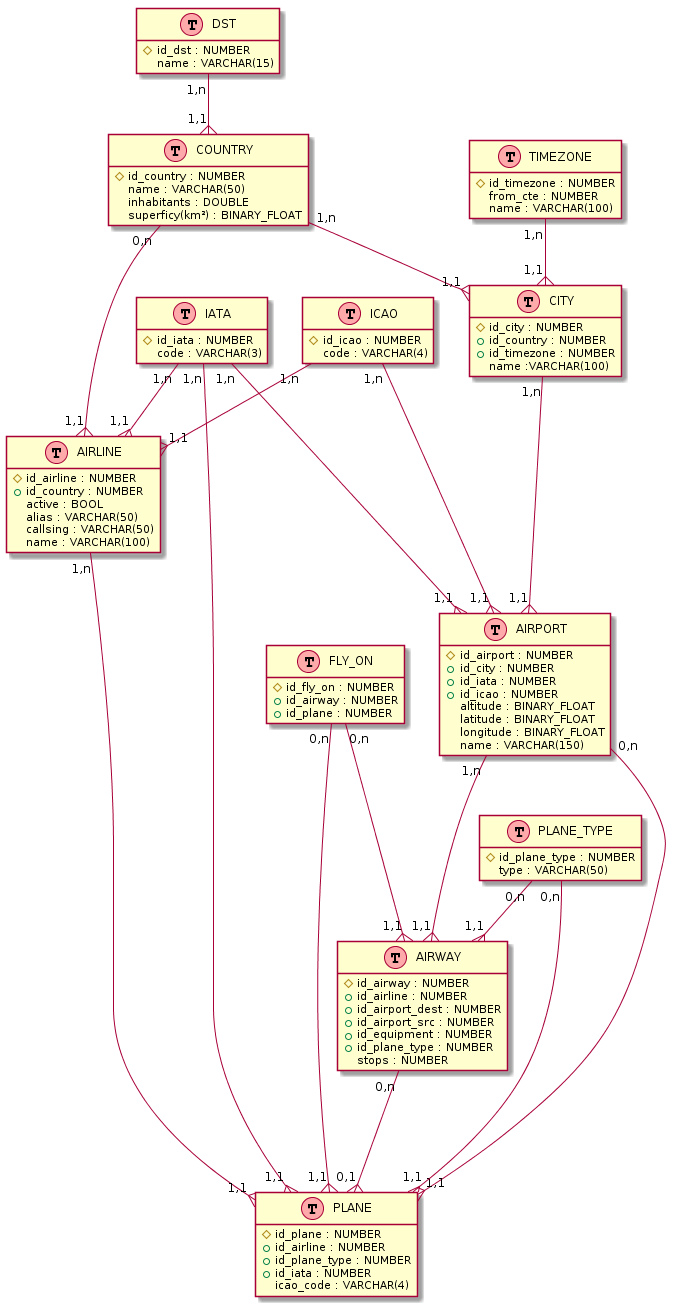
Above: resources/database_modelisation/plantuml.png in pBouillon/OpenFlightStatisticsAggregator (PlantUML), before the change.
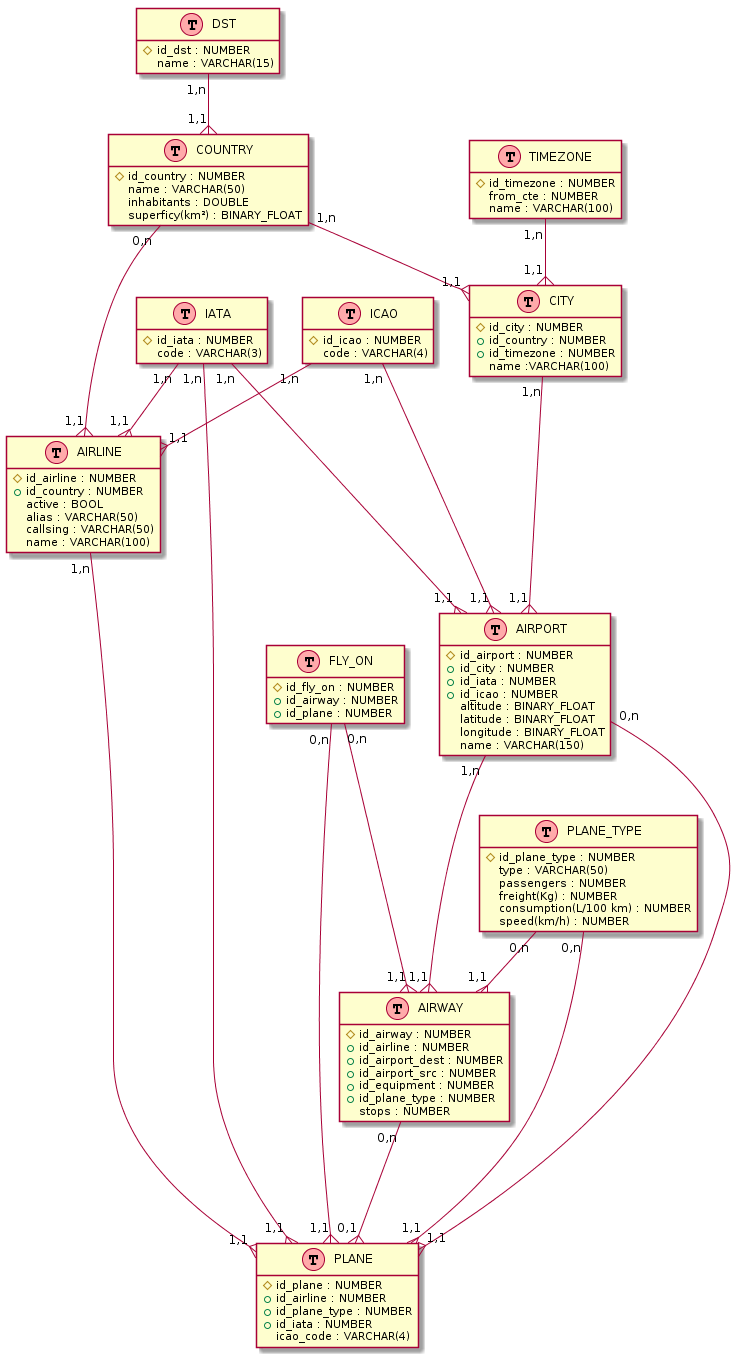
After the commit.

Commit message:
add datas in plane_type

The edit, as a diff of the source:
```diff
@@ -4,87 +4,91 @@
 hide stereotypes
 
 class COUNTRY << (T,#FFAAAA) >> {
-    #id_country : NUMBER
+    {field} #id_country : NUMBER
     {field} name : VARCHAR(50)
-    inhabitants : DOUBLE
+    {field} inhabitants : DOUBLE
     {field} superficy(km²) : BINARY_FLOAT
 }
 
 class DST << (T,#FFAAAA) >> {
-    #id_dst : NUMBER
+    {field} #id_dst : NUMBER
     {field} name : VARCHAR(15)
 }
 
 class IATA << (T,#FFAAAA) >> {
-    #id_iata : NUMBER
+    {field} #id_iata : NUMBER
     {field} code : VARCHAR(3)
 }
 
 class ICAO << (T,#FFAAAA) >> {
-    #id_icao : NUMBER
+    {field} #id_icao : NUMBER
     {field} code : VARCHAR(4)
 }
 
 class PLANE_TYPE << (T,#FFAAAA) >> {
-    #id_plane_type : NUMBER
+    {field} #id_plane_type : NUMBER
     {field} type : VARCHAR(50)
+    {field} passengers : NUMBER
+    {field} freight(Kg) : NUMBER
+    {field} consumption(L/100 km) : NUMBER
+    {field} speed(km/h) : NUMBER
 }
 
 class TIMEZONE << (T,#FFAAAA) >> {
-    #id_timezone : NUMBER
-    from_cte : NUMBER
+    {field} #id_timezone : NUMBER
+    {field} from_cte : NUMBER
     {field} name : VARCHAR(100)
 }
 
 class AIRLINE << (T,#FFAAAA) >> {
-    #id_airline : NUMBER
-    +id_country : NUMBER
-    active : BOOL
+    {field} #id_airline : NUMBER
+    {field} +id_country : NUMBER
+    {field} active : BOOL
     {field} alias : VARCHAR(50)
     {field} callsing : VARCHAR(50)
     {field} name : VARCHAR(100)
 }
 
 class CITY << (T,#FFAAAA) >> {
-    #id_city : NUMBER
-    +id_country : NUMBER
-    +id_timezone : NUMBER
+    {field} #id_city : NUMBER
+    {field} +id_country : NUMBER
+    {field} +id_timezone : NUMBER
     {field} name :VARCHAR(100)
 }
 
 class FLY_ON << (T,#FFAAAA) >> {
-    #id_fly_on : NUMBER
-    +id_airway : NUMBER
-    +id_plane : NUMBER
+    {field} #id_fly_on : NUMBER
+    {field} +id_airway : NUMBER
+    {field} +id_plane : NUMBER
 }
 
 class AIRPORT << (T,#FFAAAA) >> {
-    #id_airport : NUMBER
-    +id_city : NUMBER
-    +id_iata : NUMBER
-    +id_icao : NUMBER
-    altitude : BINARY_FLOAT
-    latitude : BINARY_FLOAT
-    longitude : BINARY_FLOAT
+    {field} #id_airport : NUMBER
+    {field} +id_city : NUMBER
+    {field} +id_iata : NUMBER
+    {field} +id_icao : NUMBER
+    {field} altitude : BINARY_FLOAT
+    {field} latitude : BINARY_FLOAT
+    {field} longitude : BINARY_FLOAT
     {field} name : VARCHAR(150)
 }
 
 class PLANE << (T,#FFAAAA) >> {
-    #id_plane : NUMBER
-    +id_airline : NUMBER
-    +id_plane_type : NUMBER
-    +id_iata : NUMBER
+    {field} #id_plane : NUMBER
+    {field} +id_airline : NUMBER
+    {field} +id_plane_type : NUMBER
+    {field} +id_iata : NUMBER
     {field} icao_code : VARCHAR(4)
 }
 
 class AIRWAY << (T,#FFAAAA) >> {
-    #id_airway : NUMBER
-    +id_airline : NUMBER
-    +id_airport_dest : NUMBER
-    +id_airport_src : NUMBER
-    +id_equipment : NUMBER
-    +id_plane_type : NUMBER
-    stops : NUMBER
+    {field} #id_airway : NUMBER
+    {field} +id_airline : NUMBER
+    {field} +id_airport_dest : NUMBER
+    {field} +id_airport_src : NUMBER
+    {field} +id_equipment : NUMBER
+    {field} +id_plane_type : NUMBER
+    {field} stops : NUMBER
 }
 
 AIRLINE "1,n" -{ "1,1" PLANE
```
